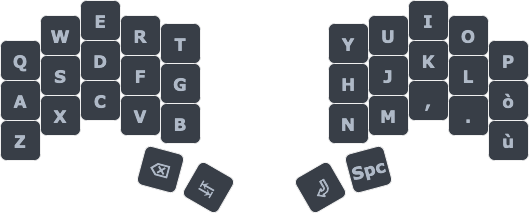
The draw.io diagram media/miryoku/2_base/miryoku-base-layer.png in mattdibi/eclipsecon-keyboard-talk, before a commit. Source tidied: cells renumbered, new cells last; positions are measured from the earlier drawing's top-left corner, leaving out a move shared by most shapes.
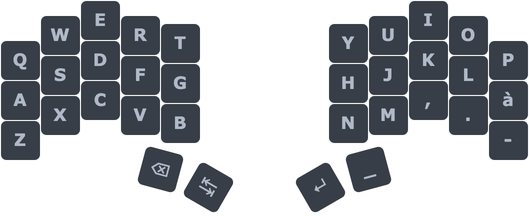
After the commit.

Change to the diagram source:
```diff
@@ -2,106 +2,106 @@
   <root>
     <mxCell id="0" />
     <mxCell id="1" parent="0" />
-    <mxCell id="2" value="Q" style="whiteSpace=wrap;html=1;fontSize=17;fontFamily=Verdana;fontStyle=1;fontColor=#AFB9C7;fillColor=#383E47;rounded=1;" parent="1" vertex="1">
+    <mxCell id="2" value="Q" style="whiteSpace=wrap;html=1;fontSize=17;fontFamily=Verdana;fontStyle=1;fontColor=#AFB9C7;fillColor=#383E47;rounded=1;strokeColor=#FFFFFF;" parent="1" vertex="1">
       <mxGeometry y="40" width="40" height="40" as="geometry" />
     </mxCell>
-    <mxCell id="3" value="W" style="whiteSpace=wrap;html=1;fontSize=17;fontFamily=Verdana;fontStyle=1;fontColor=#AFB9C7;fillColor=#383E47;rounded=1;" parent="1" vertex="1">
+    <mxCell id="3" value="W" style="whiteSpace=wrap;html=1;fontSize=17;fontFamily=Verdana;fontStyle=1;fontColor=#AFB9C7;fillColor=#383E47;rounded=1;strokeColor=#FFFFFF;" parent="1" vertex="1">
       <mxGeometry x="40" y="15" width="40" height="40" as="geometry" />
     </mxCell>
-    <mxCell id="4" value="E" style="whiteSpace=wrap;html=1;fontSize=17;fontFamily=Verdana;fontStyle=1;fontColor=#AFB9C7;fillColor=#383E47;rounded=1;" parent="1" vertex="1">
+    <mxCell id="4" value="E" style="whiteSpace=wrap;html=1;fontSize=17;fontFamily=Verdana;fontStyle=1;fontColor=#AFB9C7;fillColor=#383E47;rounded=1;strokeColor=#FFFFFF;" parent="1" vertex="1">
       <mxGeometry x="80" width="40" height="40" as="geometry" />
     </mxCell>
-    <mxCell id="5" value="R" style="whiteSpace=wrap;html=1;fontSize=17;fontFamily=Verdana;fontStyle=1;fontColor=#AFB9C7;fillColor=#383E47;rounded=1;" parent="1" vertex="1">
+    <mxCell id="5" value="R" style="whiteSpace=wrap;html=1;fontSize=17;fontFamily=Verdana;fontStyle=1;fontColor=#AFB9C7;fillColor=#383E47;rounded=1;strokeColor=#FFFFFF;" parent="1" vertex="1">
       <mxGeometry x="120" y="15" width="40" height="40" as="geometry" />
     </mxCell>
-    <mxCell id="6" value="T" style="whiteSpace=wrap;html=1;fontSize=17;fontFamily=Verdana;fontStyle=1;fontColor=#AFB9C7;fillColor=#383E47;rounded=1;" parent="1" vertex="1">
+    <mxCell id="6" value="T" style="whiteSpace=wrap;html=1;fontSize=17;fontFamily=Verdana;fontStyle=1;fontColor=#AFB9C7;fillColor=#383E47;rounded=1;strokeColor=#FFFFFF;" parent="1" vertex="1">
       <mxGeometry x="160" y="23" width="40" height="40" as="geometry" />
     </mxCell>
-    <mxCell id="7" value="A" style="whiteSpace=wrap;html=1;fontSize=17;fontFamily=Verdana;fontStyle=1;fontColor=#AFB9C7;fillColor=#383E47;rounded=1;" parent="1" vertex="1">
+    <mxCell id="7" value="A" style="whiteSpace=wrap;html=1;fontSize=17;fontFamily=Verdana;fontStyle=1;fontColor=#AFB9C7;fillColor=#383E47;rounded=1;strokeColor=#FFFFFF;" parent="1" vertex="1">
       <mxGeometry y="80" width="40" height="40" as="geometry" />
     </mxCell>
-    <mxCell id="8" value="S" style="whiteSpace=wrap;html=1;fontSize=17;fontFamily=Verdana;fontStyle=1;fontColor=#AFB9C7;fillColor=#383E47;rounded=1;" parent="1" vertex="1">
+    <mxCell id="8" value="S" style="whiteSpace=wrap;html=1;fontSize=17;fontFamily=Verdana;fontStyle=1;fontColor=#AFB9C7;fillColor=#383E47;rounded=1;strokeColor=#FFFFFF;" parent="1" vertex="1">
       <mxGeometry x="40" y="55" width="40" height="40" as="geometry" />
     </mxCell>
-    <mxCell id="9" value="D" style="whiteSpace=wrap;html=1;fontSize=17;fontFamily=Verdana;fontStyle=1;fontColor=#AFB9C7;fillColor=#383E47;rounded=1;" parent="1" vertex="1">
+    <mxCell id="9" value="D" style="whiteSpace=wrap;html=1;fontSize=17;fontFamily=Verdana;fontStyle=1;fontColor=#AFB9C7;fillColor=#383E47;rounded=1;strokeColor=#FFFFFF;" parent="1" vertex="1">
       <mxGeometry x="80" y="40" width="40" height="40" as="geometry" />
     </mxCell>
-    <mxCell id="10" value="F" style="whiteSpace=wrap;html=1;fontSize=17;fontFamily=Verdana;fontStyle=1;fontColor=#AFB9C7;fillColor=#383E47;rounded=1;" parent="1" vertex="1">
+    <mxCell id="10" value="F" style="whiteSpace=wrap;html=1;fontSize=17;fontFamily=Verdana;fontStyle=1;fontColor=#AFB9C7;fillColor=#383E47;rounded=1;strokeColor=#FFFFFF;" parent="1" vertex="1">
       <mxGeometry x="120" y="55" width="40" height="40" as="geometry" />
     </mxCell>
-    <mxCell id="11" value="G" style="whiteSpace=wrap;html=1;fontSize=17;fontFamily=Verdana;fontStyle=1;fontColor=#AFB9C7;fillColor=#383E47;rounded=1;" parent="1" vertex="1">
+    <mxCell id="11" value="G" style="whiteSpace=wrap;html=1;fontSize=17;fontFamily=Verdana;fontStyle=1;fontColor=#AFB9C7;fillColor=#383E47;rounded=1;strokeColor=#FFFFFF;" parent="1" vertex="1">
       <mxGeometry x="160" y="63" width="40" height="40" as="geometry" />
     </mxCell>
-    <mxCell id="12" value="Z" style="whiteSpace=wrap;html=1;fontSize=17;fontFamily=Verdana;fontStyle=1;fontColor=#AFB9C7;fillColor=#383E47;rounded=1;" parent="1" vertex="1">
+    <mxCell id="12" value="Z" style="whiteSpace=wrap;html=1;fontSize=17;fontFamily=Verdana;fontStyle=1;fontColor=#AFB9C7;fillColor=#383E47;rounded=1;strokeColor=#FFFFFF;" parent="1" vertex="1">
       <mxGeometry y="120" width="40" height="40" as="geometry" />
     </mxCell>
-    <mxCell id="13" value="X" style="whiteSpace=wrap;html=1;fontSize=17;fontFamily=Verdana;fontStyle=1;fontColor=#AFB9C7;fillColor=#383E47;rounded=1;" parent="1" vertex="1">
+    <mxCell id="13" value="X" style="whiteSpace=wrap;html=1;fontSize=17;fontFamily=Verdana;fontStyle=1;fontColor=#AFB9C7;fillColor=#383E47;rounded=1;strokeColor=#FFFFFF;" parent="1" vertex="1">
       <mxGeometry x="40" y="95" width="40" height="40" as="geometry" />
     </mxCell>
-    <mxCell id="14" value="C" style="whiteSpace=wrap;html=1;fontSize=17;fontFamily=Verdana;fontStyle=1;fontColor=#AFB9C7;fillColor=#383E47;rounded=1;" parent="1" vertex="1">
+    <mxCell id="14" value="C" style="whiteSpace=wrap;html=1;fontSize=17;fontFamily=Verdana;fontStyle=1;fontColor=#AFB9C7;fillColor=#383E47;rounded=1;strokeColor=#FFFFFF;" parent="1" vertex="1">
       <mxGeometry x="80" y="80" width="40" height="40" as="geometry" />
     </mxCell>
-    <mxCell id="15" value="V" style="whiteSpace=wrap;html=1;fontSize=17;fontFamily=Verdana;fontStyle=1;fontColor=#AFB9C7;fillColor=#383E47;rounded=1;" parent="1" vertex="1">
+    <mxCell id="15" value="V" style="whiteSpace=wrap;html=1;fontSize=17;fontFamily=Verdana;fontStyle=1;fontColor=#AFB9C7;fillColor=#383E47;rounded=1;strokeColor=#FFFFFF;" parent="1" vertex="1">
       <mxGeometry x="120" y="95" width="40" height="40" as="geometry" />
     </mxCell>
-    <mxCell id="16" value="B" style="whiteSpace=wrap;html=1;fontSize=17;fontFamily=Verdana;fontStyle=1;fontColor=#AFB9C7;fillColor=#383E47;rounded=1;" parent="1" vertex="1">
+    <mxCell id="16" value="B" style="whiteSpace=wrap;html=1;fontSize=17;fontFamily=Verdana;fontStyle=1;fontColor=#AFB9C7;fillColor=#383E47;rounded=1;strokeColor=#FFFFFF;" parent="1" vertex="1">
       <mxGeometry x="160" y="103" width="40" height="40" as="geometry" />
     </mxCell>
-    <mxCell id="17" value="&lt;span class=&quot;ILfuVd&quot; lang=&quot;en&quot;&gt;&lt;span class=&quot;hgKElc&quot;&gt;&lt;b&gt;⌫&lt;/b&gt;&lt;/span&gt;&lt;/span&gt;" style="whiteSpace=wrap;html=1;rotation=15;fontSize=17;fontFamily=Verdana;fontStyle=1;fillColor=#383E47;strokeColor=#F0F0F0;fontColor=#AFB9C7;rounded=1;" parent="1" vertex="1">
+    <mxCell id="17" value="&lt;b style=&quot;font-family: arial, sans-serif; font-size: 16px; text-align: left;&quot;&gt;⌫&lt;/b&gt;" style="whiteSpace=wrap;html=1;rotation=15;fontSize=17;fontFamily=Verdana;fontStyle=1;fillColor=#383E47;strokeColor=#FFFFFF;fontColor=#AFB9C7;rounded=1;labelBackgroundColor=none;" parent="1" vertex="1">
       <mxGeometry x="140" y="149" width="40" height="40" as="geometry" />
     </mxCell>
-    <mxCell id="18" value="&lt;span style=&quot;font-size: 17px;&quot;&gt;↹&lt;/span&gt;" style="whiteSpace=wrap;html=1;rotation=30;fontSize=17;fontFamily=Verdana;fontStyle=1;fontColor=#AFB9C7;fillColor=#383E47;rounded=1;" parent="1" vertex="1">
+    <mxCell id="18" value="&lt;b style=&quot;font-family: arial, sans-serif; text-align: left; font-size: 17px;&quot;&gt;&lt;font style=&quot;font-size: 17px;&quot;&gt;↹&lt;/font&gt;&lt;/b&gt;" style="whiteSpace=wrap;html=1;rotation=30;fontSize=17;fontFamily=Verdana;fontStyle=1;fontColor=#AFB9C7;fillColor=#383E47;rounded=1;strokeColor=#FFFFFF;labelBackgroundColor=none;" parent="1" vertex="1">
       <mxGeometry x="188" y="167" width="40" height="40" as="geometry" />
     </mxCell>
-    <mxCell id="19" value="Y" style="whiteSpace=wrap;html=1;fontSize=17;fontFamily=Verdana;fontStyle=1;fontColor=#AFB9C7;fillColor=#383E47;rounded=1;" parent="1" vertex="1">
+    <mxCell id="19" value="Y" style="whiteSpace=wrap;html=1;fontSize=17;fontFamily=Verdana;fontStyle=1;fontColor=#AFB9C7;fillColor=#383E47;rounded=1;strokeColor=#FFFFFF;" parent="1" vertex="1">
       <mxGeometry x="328" y="23" width="40" height="40" as="geometry" />
     </mxCell>
-    <mxCell id="20" value="U" style="whiteSpace=wrap;html=1;fontSize=17;fontFamily=Verdana;fontStyle=1;fontColor=#AFB9C7;fillColor=#383E47;rounded=1;" parent="1" vertex="1">
+    <mxCell id="20" value="U" style="whiteSpace=wrap;html=1;fontSize=17;fontFamily=Verdana;fontStyle=1;fontColor=#AFB9C7;fillColor=#383E47;rounded=1;strokeColor=#FFFFFF;" parent="1" vertex="1">
       <mxGeometry x="368" y="15" width="40" height="40" as="geometry" />
     </mxCell>
-    <mxCell id="21" value="I" style="whiteSpace=wrap;html=1;fontSize=17;fontFamily=Verdana;fontStyle=1;fontColor=#AFB9C7;fillColor=#383E47;rounded=1;" parent="1" vertex="1">
+    <mxCell id="21" value="I" style="whiteSpace=wrap;html=1;fontSize=17;fontFamily=Verdana;fontStyle=1;fontColor=#AFB9C7;fillColor=#383E47;rounded=1;strokeColor=#FFFFFF;" parent="1" vertex="1">
       <mxGeometry x="408" width="40" height="40" as="geometry" />
     </mxCell>
-    <mxCell id="22" value="O" style="whiteSpace=wrap;html=1;fontSize=17;fontFamily=Verdana;fontStyle=1;fontColor=#AFB9C7;fillColor=#383E47;rounded=1;" parent="1" vertex="1">
+    <mxCell id="22" value="O" style="whiteSpace=wrap;html=1;fontSize=17;fontFamily=Verdana;fontStyle=1;fontColor=#AFB9C7;fillColor=#383E47;rounded=1;strokeColor=#FFFFFF;" parent="1" vertex="1">
       <mxGeometry x="448" y="15" width="40" height="40" as="geometry" />
     </mxCell>
-    <mxCell id="23" value="P" style="whiteSpace=wrap;html=1;fontSize=17;fontFamily=Verdana;fontStyle=1;fontColor=#AFB9C7;fillColor=#383E47;rounded=1;" parent="1" vertex="1">
+    <mxCell id="23" value="P" style="whiteSpace=wrap;html=1;fontSize=17;fontFamily=Verdana;fontStyle=1;fontColor=#AFB9C7;fillColor=#383E47;rounded=1;strokeColor=#FFFFFF;" parent="1" vertex="1">
       <mxGeometry x="488" y="40" width="40" height="40" as="geometry" />
     </mxCell>
-    <mxCell id="24" value="H" style="whiteSpace=wrap;html=1;fontSize=17;fontFamily=Verdana;fontStyle=1;fontColor=#AFB9C7;fillColor=#383E47;rounded=1;" parent="1" vertex="1">
+    <mxCell id="24" value="H" style="whiteSpace=wrap;html=1;fontSize=17;fontFamily=Verdana;fontStyle=1;fontColor=#AFB9C7;fillColor=#383E47;rounded=1;strokeColor=#FFFFFF;" parent="1" vertex="1">
       <mxGeometry x="328" y="63" width="40" height="40" as="geometry" />
     </mxCell>
-    <mxCell id="25" value="J" style="whiteSpace=wrap;html=1;fontSize=17;fontFamily=Verdana;fontStyle=1;fontColor=#AFB9C7;fillColor=#383E47;rounded=1;" parent="1" vertex="1">
+    <mxCell id="25" value="J" style="whiteSpace=wrap;html=1;fontSize=17;fontFamily=Verdana;fontStyle=1;fontColor=#AFB9C7;fillColor=#383E47;rounded=1;strokeColor=#FFFFFF;" parent="1" vertex="1">
       <mxGeometry x="368" y="55" width="40" height="40" as="geometry" />
     </mxCell>
-    <mxCell id="26" value="K" style="whiteSpace=wrap;html=1;fontSize=17;fontFamily=Verdana;fontStyle=1;fontColor=#AFB9C7;fillColor=#383E47;rounded=1;" parent="1" vertex="1">
+    <mxCell id="26" value="K" style="whiteSpace=wrap;html=1;fontSize=17;fontFamily=Verdana;fontStyle=1;fontColor=#AFB9C7;fillColor=#383E47;rounded=1;strokeColor=#FFFFFF;" parent="1" vertex="1">
       <mxGeometry x="408" y="40" width="40" height="40" as="geometry" />
     </mxCell>
-    <mxCell id="27" value="L" style="whiteSpace=wrap;html=1;fontSize=17;fontFamily=Verdana;fontStyle=1;fontColor=#AFB9C7;fillColor=#383E47;rounded=1;" parent="1" vertex="1">
+    <mxCell id="27" value="L" style="whiteSpace=wrap;html=1;fontSize=17;fontFamily=Verdana;fontStyle=1;fontColor=#AFB9C7;fillColor=#383E47;rounded=1;strokeColor=#FFFFFF;" parent="1" vertex="1">
       <mxGeometry x="448" y="55" width="40" height="40" as="geometry" />
     </mxCell>
-    <mxCell id="28" value="ò" style="whiteSpace=wrap;html=1;fontSize=17;fontFamily=Verdana;fontStyle=1;fontColor=#AFB9C7;fillColor=#383E47;rounded=1;" parent="1" vertex="1">
+    <mxCell id="28" value="à" style="whiteSpace=wrap;html=1;fontSize=17;fontFamily=Verdana;fontStyle=1;fontColor=#AFB9C7;fillColor=#383E47;rounded=1;strokeColor=#FFFFFF;" parent="1" vertex="1">
       <mxGeometry x="488" y="80" width="40" height="40" as="geometry" />
     </mxCell>
-    <mxCell id="29" value="N" style="whiteSpace=wrap;html=1;fontSize=17;fontFamily=Verdana;fontStyle=1;fontColor=#AFB9C7;fillColor=#383E47;rounded=1;" parent="1" vertex="1">
+    <mxCell id="29" value="N" style="whiteSpace=wrap;html=1;fontSize=17;fontFamily=Verdana;fontStyle=1;fontColor=#AFB9C7;fillColor=#383E47;rounded=1;strokeColor=#FFFFFF;" parent="1" vertex="1">
       <mxGeometry x="328" y="103" width="40" height="40" as="geometry" />
     </mxCell>
-    <mxCell id="30" value="M" style="whiteSpace=wrap;html=1;fontSize=17;fontFamily=Verdana;fontStyle=1;fontColor=#AFB9C7;fillColor=#383E47;rounded=1;" parent="1" vertex="1">
+    <mxCell id="30" value="M" style="whiteSpace=wrap;html=1;fontSize=17;fontFamily=Verdana;fontStyle=1;fontColor=#AFB9C7;fillColor=#383E47;rounded=1;strokeColor=#FFFFFF;" parent="1" vertex="1">
       <mxGeometry x="368" y="95" width="40" height="40" as="geometry" />
     </mxCell>
-    <mxCell id="31" value="," style="whiteSpace=wrap;html=1;fontSize=17;fontFamily=Verdana;fontStyle=1;fontColor=#AFB9C7;fillColor=#383E47;rounded=1;" parent="1" vertex="1">
+    <mxCell id="31" value="," style="whiteSpace=wrap;html=1;fontSize=17;fontFamily=Verdana;fontStyle=1;fontColor=#AFB9C7;fillColor=#383E47;rounded=1;strokeColor=#FFFFFF;" parent="1" vertex="1">
       <mxGeometry x="408" y="80" width="40" height="40" as="geometry" />
     </mxCell>
-    <mxCell id="32" value="." style="whiteSpace=wrap;html=1;fontSize=17;fontFamily=Verdana;fontStyle=1;fontColor=#AFB9C7;fillColor=#383E47;rounded=1;" parent="1" vertex="1">
+    <mxCell id="32" value="." style="whiteSpace=wrap;html=1;fontSize=17;fontFamily=Verdana;fontStyle=1;fontColor=#AFB9C7;fillColor=#383E47;rounded=1;strokeColor=#FFFFFF;" parent="1" vertex="1">
       <mxGeometry x="448" y="95" width="40" height="40" as="geometry" />
     </mxCell>
-    <mxCell id="33" value="ù" style="whiteSpace=wrap;html=1;fontSize=17;fontFamily=Verdana;fontStyle=1;fontColor=#AFB9C7;fillColor=#383E47;rounded=1;" parent="1" vertex="1">
+    <mxCell id="33" value="-" style="whiteSpace=wrap;html=1;fontSize=17;fontFamily=Verdana;fontStyle=1;fontColor=#AFB9C7;fillColor=#383E47;rounded=1;strokeColor=#FFFFFF;" parent="1" vertex="1">
       <mxGeometry x="488" y="120" width="40" height="40" as="geometry" />
     </mxCell>
-    <mxCell id="34" value="⏎" style="whiteSpace=wrap;html=1;rotation=-30;fontSize=17;fontFamily=Verdana;fontStyle=1;fontColor=#AFB9C7;fillColor=#383E47;rounded=1;" parent="1" vertex="1">
+    <mxCell id="34" value="&lt;b style=&quot;font-family: arial, sans-serif; font-size: 16px; text-align: left;&quot;&gt;↵&lt;/b&gt;" style="whiteSpace=wrap;html=1;rotation=-30;fontSize=17;fontFamily=Verdana;fontStyle=1;fontColor=#AFB9C7;fillColor=#383E47;rounded=1;strokeColor=#FFFFFF;labelBackgroundColor=none;" parent="1" vertex="1">
       <mxGeometry x="300" y="167" width="40" height="40" as="geometry" />
     </mxCell>
-    <mxCell id="35" value="&lt;font color=&quot;#AFB9C7&quot;&gt;Spc&lt;/font&gt;" style="whiteSpace=wrap;html=1;rotation=-15;fontSize=17;fontFamily=Verdana;fontStyle=1;fillColor=#383E47;strokeColor=#F0F0F0;fontColor=#ffffff;rounded=1;" parent="1" vertex="1">
+    <mxCell id="35" value="&lt;font style=&quot;font-size: 17px;&quot;&gt;_&lt;/font&gt;" style="whiteSpace=wrap;html=1;rotation=-15;fontSize=17;fontFamily=Verdana;fontStyle=1;fillColor=#383E47;strokeColor=#FFFFFF;fontColor=#AFB9C7;rounded=1;" parent="1" vertex="1">
       <mxGeometry x="348" y="149" width="40" height="40" as="geometry" />
     </mxCell>
   </root>
```
